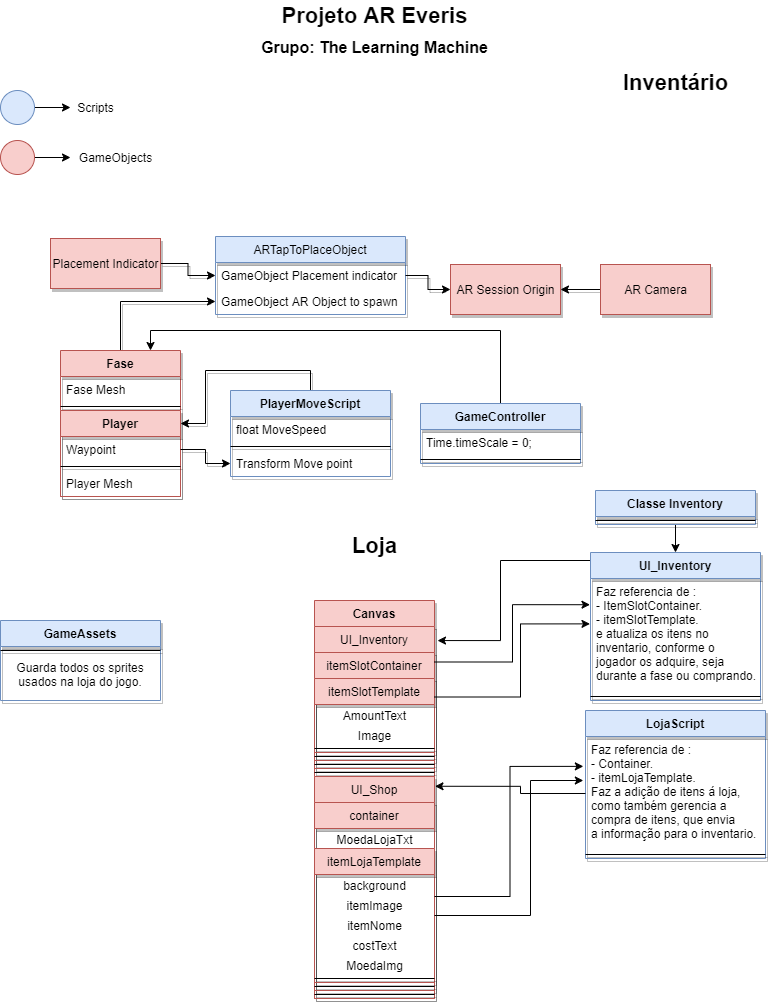
The draw.io diagram Projeto_AR.drawio.png in machaulay/Fluxograma_ProjetoAR, before a commit. Source tidied: cells renumbered, new cells last; positions are measured from the earlier drawing's top-left corner, leaving out a move shared by most shapes.
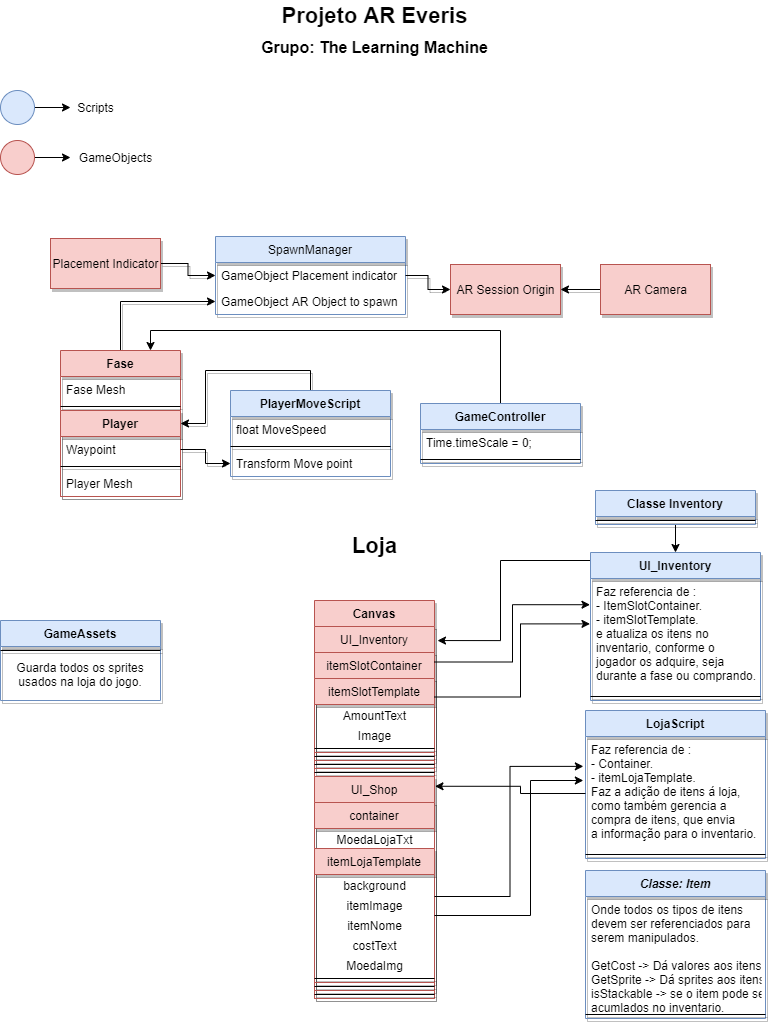
Above is the later version.

Change to the diagram source:
```diff
@@ -5,7 +5,7 @@
     <mxCell id="2" value="AR Session Origin" style="html=1;shadow=1;fillColor=#f8cecc;strokeColor=#b85450;" parent="1" vertex="1">
       <mxGeometry x="450" y="264" width="110" height="50" as="geometry" />
     </mxCell>
-    <mxCell id="3" value="ARTapToPlaceObject" style="swimlane;fontStyle=0;horizontal=1;startSize=26;shadow=1;fillColor=#dae8fc;strokeColor=#6c8ebf;" parent="1" vertex="1">
+    <mxCell id="3" value="SpawnManager" style="swimlane;fontStyle=0;horizontal=1;startSize=26;shadow=1;fillColor=#dae8fc;strokeColor=#6c8ebf;" parent="1" vertex="1">
       <mxGeometry x="215" y="236" width="190" height="78" as="geometry" />
     </mxCell>
     <mxCell id="4" value="GameObject Placement indicator" style="text;align=left;verticalAlign=top;spacingLeft=4;spacingRight=4;overflow=hidden;points=[[0,0.5],[1,0.5]];portConstraint=eastwest;shadow=1;" parent="3" vertex="1">
@@ -208,9 +208,6 @@
     <mxCell id="68" style="line;strokeWidth=1;fillColor=none;align=left;verticalAlign=middle;spacingTop=-1;spacingLeft=3;spacingRight=3;labelPosition=right;shadow=1;" parent="66" vertex="1">
       <mxGeometry y="140" width="180" height="8" as="geometry" />
     </mxCell>
-    <mxCell id="69" value="Inventário" style="text;html=1;align=center;verticalAlign=middle;fillColor=none;strokeColor=none;rounded=0;fontStyle=1;fontSize=22;" parent="1" vertex="1">
-      <mxGeometry x="615" y="67" width="120" height="30" as="geometry" />
-    </mxCell>
     <mxCell id="70" value="&lt;font style=&quot;font-size: 16px&quot;&gt;Grupo: The Learning Machine&lt;/font&gt;" style="text;html=1;align=center;verticalAlign=middle;fillColor=none;strokeColor=none;rounded=0;fontStyle=1;fontSize=22;" parent="1" vertex="1">
       <mxGeometry x="254" y="30" width="240" height="30" as="geometry" />
     </mxCell>
@@ -253,5 +250,14 @@
         </Array>
       </mxGeometry>
     </mxCell>
+    <mxCell id="79" value="Classe: Item" style="swimlane;fontStyle=3;align=center;verticalAlign=top;horizontal=1;startSize=26;shadow=1;fillColor=#dae8fc;strokeColor=#6c8ebf;" parent="1" vertex="1">
+      <mxGeometry x="585" y="870" width="180" height="148" as="geometry" />
+    </mxCell>
+    <mxCell id="80" value="Onde todos os tipos de itens&#10;devem ser referenciados para&#10;serem manipulados.&#10;&#10;GetCost -&gt; Dá valores aos itens.&#10;GetSprite -&gt; Dá sprites aos itens&#10;isStackable -&gt; se o item pode ser&#10;acumlados no inventario." style="text;strokeColor=none;fillColor=none;align=left;verticalAlign=top;spacingLeft=4;spacingRight=4;overflow=hidden;shadow=1;" parent="79" vertex="1">
+      <mxGeometry y="26" width="180" height="114" as="geometry" />
+    </mxCell>
+    <mxCell id="81" style="line;strokeWidth=1;fillColor=none;align=left;verticalAlign=middle;spacingTop=-1;spacingLeft=3;spacingRight=3;labelPosition=right;shadow=1;" parent="79" vertex="1">
+      <mxGeometry y="140" width="180" height="8" as="geometry" />
+    </mxCell>
   </root>
 </mxGraphModel>
```
